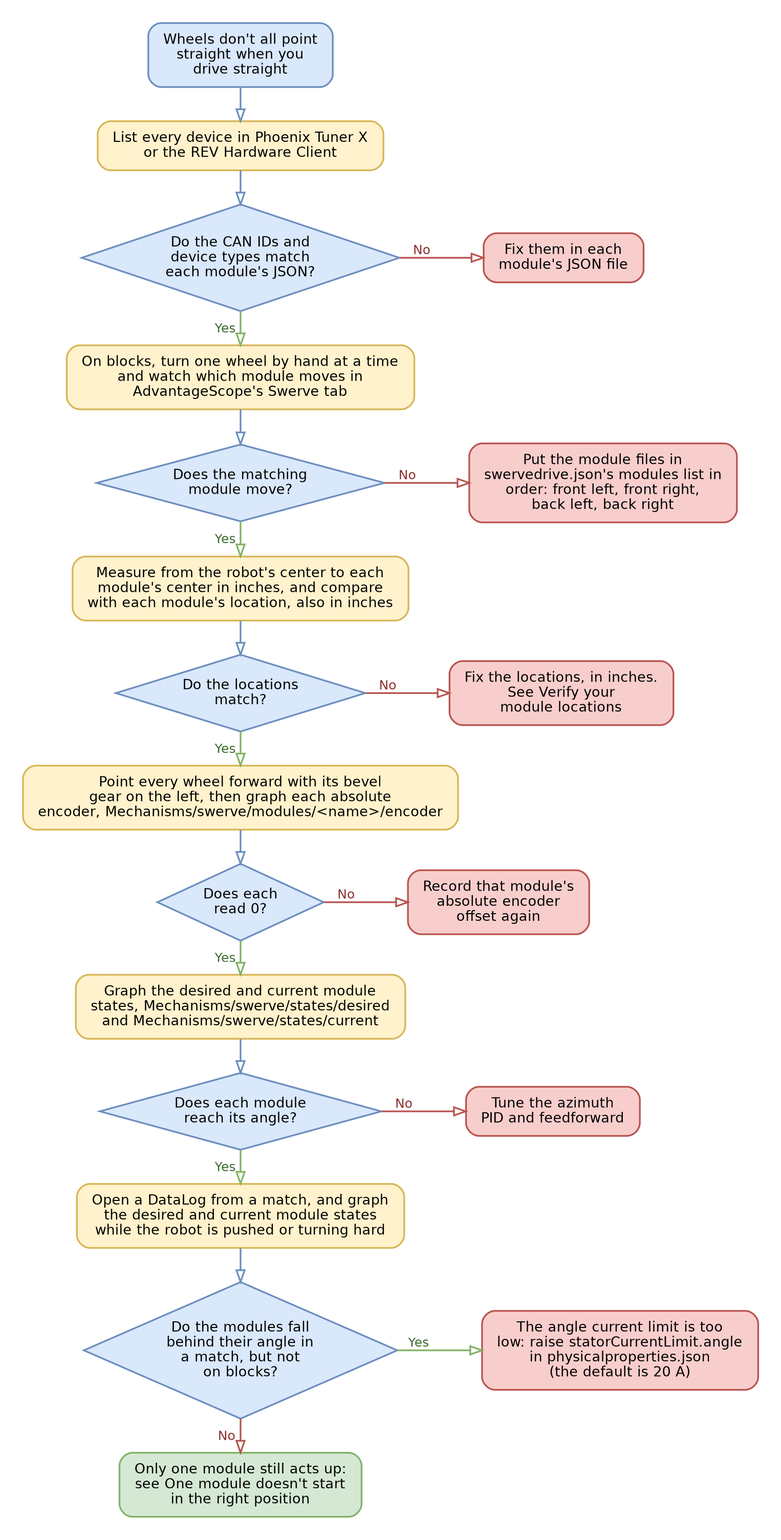
Earlier version of the Graphviz export .gitbook/assets/yagsl-flowchart-align.png (Yet-Another-Software-Suite/YAGSL-gitbook). Its source is kept beside it as .gitbook/assets/yagsl-flowchart-align.dot.
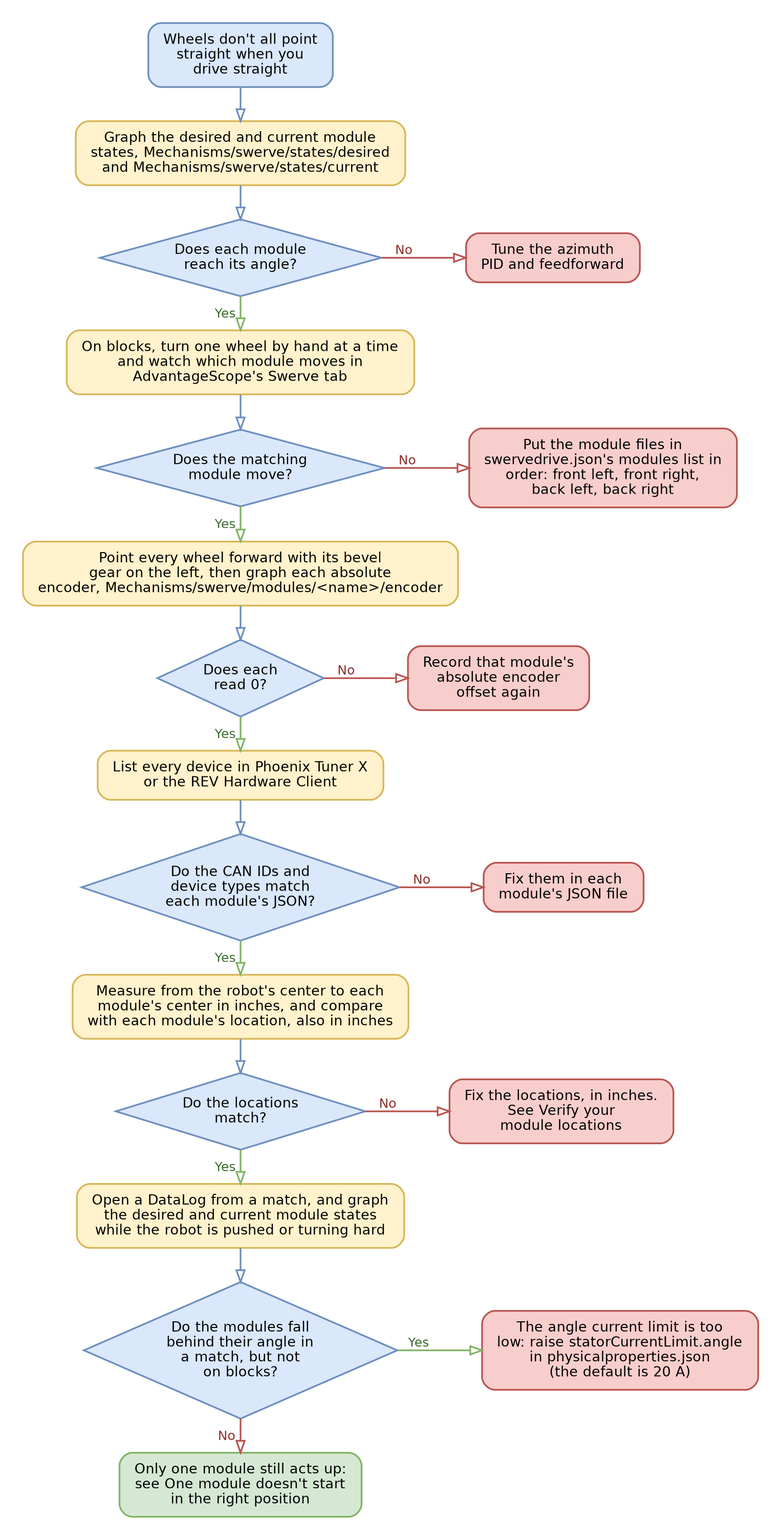
The same file after the commit.

The edit, as a diff of the source:
```diff
@@ -4,9 +4,9 @@
   edge  [fontname="DejaVu Sans", fontsize=12, penwidth=1.6, arrowhead=onormal, arrowsize=1.1];
   graph [nodesep=1.1];
   s [label="Wheels don't all point\nstraight when you\ndrive straight", shape=box, style="rounded,filled", fillcolor="#dae8fc", color="#6c8ebf"];
-  h1 [label="List every device in Phoenix Tuner X\nor the REV Hardware Client", shape=box, style="rounded,filled", fillcolor="#fff2cc", color="#d6b656"];
-  q1 [label="Do the CAN IDs and\ndevice types match\neach module's JSON?", shape=diamond, style=filled, fillcolor="#dae8fc", color="#6c8ebf", margin="0.05,0.05"];
-  f1 [label="Fix them in each\nmodule's JSON file", shape=box, style="rounded,filled", fillcolor="#f8cecc", color="#b85450"];
+  h1 [label="Graph the desired and current module\nstates, Mechanisms/swerve/states/desired\nand Mechanisms/swerve/states/current", shape=box, style="rounded,filled", fillcolor="#fff2cc", color="#d6b656"];
+  q1 [label="Does each module\nreach its angle?", shape=diamond, style=filled, fillcolor="#dae8fc", color="#6c8ebf", margin="0.05,0.05"];
+  f1 [label="Tune the azimuth\nPID and feedforward", shape=box, style="rounded,filled", fillcolor="#f8cecc", color="#b85450"];
   {rank=same; q1; f1;}
   s -> h1 [color="#6c8ebf", weight=10];
   h1 -> q1 [color="#6c8ebf", weight=10];
@@ -19,23 +19,23 @@
   h2 -> q2 [color="#6c8ebf", weight=10];
   q2 -> f2 [xlabel=" No ", color="#b85450", fontcolor="#8c2f2b"];
   q2 -> h3 [xlabel=" Yes ", color="#82b366", fontcolor="#3d6b2f", weight=10];
-  h3 [label="Measure from the robot's center to each\nmodule's center in inches, and compare\nwith each module's location, also in inches", shape=box, style="rounded,filled", fillcolor="#fff2cc", color="#d6b656"];
-  q3 [label="Do the locations\nmatch?", shape=diamond, style=filled, fillcolor="#dae8fc", color="#6c8ebf", margin="0.05,0.05"];
-  f3 [label="Fix the locations, in inches.\nSee Verify your\nmodule locations", shape=box, style="rounded,filled", fillcolor="#f8cecc", color="#b85450"];
+  h3 [label="Point every wheel forward with its bevel\ngear on the left, then graph each absolute\nencoder, Mechanisms/swerve/modules/<name>/encoder", shape=box, style="rounded,filled", fillcolor="#fff2cc", color="#d6b656"];
+  q3 [label="Does each\nread 0?", shape=diamond, style=filled, fillcolor="#dae8fc", color="#6c8ebf", margin="0.05,0.05"];
+  f3 [label="Record that module's\nabsolute encoder\noffset again", shape=box, style="rounded,filled", fillcolor="#f8cecc", color="#b85450"];
   {rank=same; q3; f3;}
   h3 -> q3 [color="#6c8ebf", weight=10];
   q3 -> f3 [xlabel=" No ", color="#b85450", fontcolor="#8c2f2b"];
   q3 -> h4 [xlabel=" Yes ", color="#82b366", fontcolor="#3d6b2f", weight=10];
-  h4 [label="Point every wheel forward with its bevel\ngear on the left, then graph each absolute\nencoder, Mechanisms/swerve/modules/<name>/encoder", shape=box, style="rounded,filled", fillcolor="#fff2cc", color="#d6b656"];
-  q4 [label="Does each\nread 0?", shape=diamond, style=filled, fillcolor="#dae8fc", color="#6c8ebf", margin="0.05,0.05"];
-  f4 [label="Record that module's\nabsolute encoder\noffset again", shape=box, style="rounded,filled", fillcolor="#f8cecc", color="#b85450"];
+  h4 [label="List every device in Phoenix Tuner X\nor the REV Hardware Client", shape=box, style="rounded,filled", fillcolor="#fff2cc", color="#d6b656"];
+  q4 [label="Do the CAN IDs and\ndevice types match\neach module's JSON?", shape=diamond, style=filled, fillcolor="#dae8fc", color="#6c8ebf", margin="0.05,0.05"];
+  f4 [label="Fix them in each\nmodule's JSON file", shape=box, style="rounded,filled", fillcolor="#f8cecc", color="#b85450"];
   {rank=same; q4; f4;}
   h4 -> q4 [color="#6c8ebf", weight=10];
   q4 -> f4 [xlabel=" No ", color="#b85450", fontcolor="#8c2f2b"];
   q4 -> h5 [xlabel=" Yes ", color="#82b366", fontcolor="#3d6b2f", weight=10];
-  h5 [label="Graph the desired and current module\nstates, Mechanisms/swerve/states/desired\nand Mechanisms/swerve/states/current", shape=box, style="rounded,filled", fillcolor="#fff2cc", color="#d6b656"];
-  q5 [label="Does each module\nreach its angle?", shape=diamond, style=filled, fillcolor="#dae8fc", color="#6c8ebf", margin="0.05,0.05"];
-  f5 [label="Tune the azimuth\nPID and feedforward", shape=box, style="rounded,filled", fillcolor="#f8cecc", color="#b85450"];
+  h5 [label="Measure from the robot's center to each\nmodule's center in inches, and compare\nwith each module's location, also in inches", shape=box, style="rounded,filled", fillcolor="#fff2cc", color="#d6b656"];
+  q5 [label="Do the locations\nmatch?", shape=diamond, style=filled, fillcolor="#dae8fc", color="#6c8ebf", margin="0.05,0.05"];
+  f5 [label="Fix the locations, in inches.\nSee Verify your\nmodule locations", shape=box, style="rounded,filled", fillcolor="#f8cecc", color="#b85450"];
   {rank=same; q5; f5;}
   h5 -> q5 [color="#6c8ebf", weight=10];
   q5 -> f5 [xlabel=" No ", color="#b85450", fontcolor="#8c2f2b"];
```
